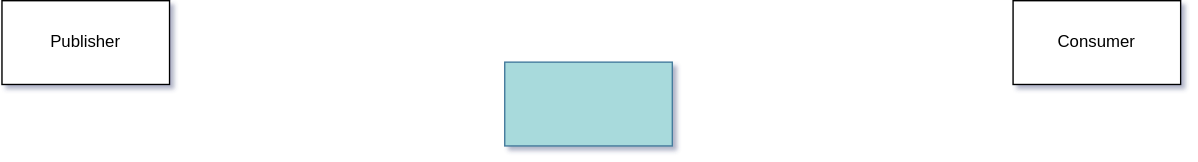
Earlier version of the draw.io export MircoServices/RabbitMQ结构.drawio.svg (joijoop/draw.io). Source tidied: cells renumbered, new cells last; positions are measured from the earlier drawing's top-left corner, leaving out a move shared by most shapes. Its diagram source:
```xml
<mxGraphModel shadow="1">
  <root>
    <mxCell id="0" />
    <mxCell id="1" parent="0" />
    <mxCell id="2" value="Publisher" style="rounded=0;whiteSpace=wrap;html=1;" parent="1" vertex="1">
      <mxGeometry width="120" height="60" as="geometry" />
    </mxCell>
    <mxCell id="3" value="Consumer" style="rounded=0;whiteSpace=wrap;html=1;" parent="1" vertex="1">
      <mxGeometry x="724" width="120" height="60" as="geometry" />
    </mxCell>
    <mxCell id="4" style="rounded=0;whiteSpace=wrap;html=1;strokeColor=#457B9D;fontColor=#1D3557;fillColor=#A8DADC;direction=west;" parent="1" vertex="1">
      <mxGeometry x="360" y="44" width="120" height="60" as="geometry" />
    </mxCell>
  </root>
</mxGraphModel>
```
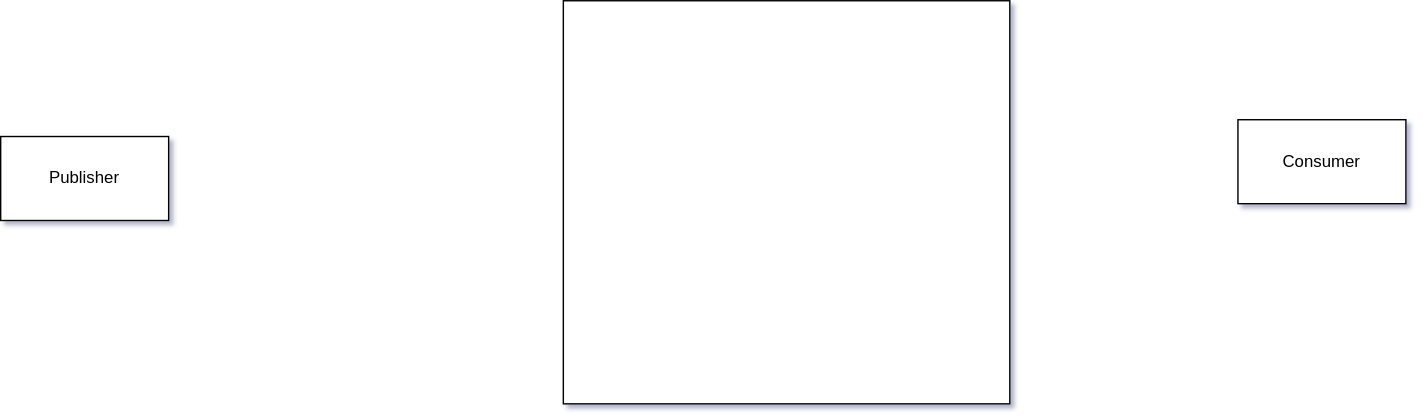
After the commit.

What changed in the source:
```diff
@@ -2,14 +2,14 @@
   <root>
     <mxCell id="0" />
     <mxCell id="1" parent="0" />
-    <mxCell id="2" value="Publisher" style="rounded=0;whiteSpace=wrap;html=1;" parent="1" vertex="1">
-      <mxGeometry width="120" height="60" as="geometry" />
+    <mxCell id="2" value="Publisher" style="rounded=0;whiteSpace=wrap;html=1;labelBackgroundColor=none;" parent="1" vertex="1">
+      <mxGeometry x="-160" y="12" width="120" height="60" as="geometry" />
     </mxCell>
-    <mxCell id="3" value="Consumer" style="rounded=0;whiteSpace=wrap;html=1;" parent="1" vertex="1">
+    <mxCell id="3" value="Consumer" style="rounded=0;whiteSpace=wrap;html=1;labelBackgroundColor=none;" parent="1" vertex="1">
       <mxGeometry x="724" width="120" height="60" as="geometry" />
     </mxCell>
-    <mxCell id="4" style="rounded=0;whiteSpace=wrap;html=1;strokeColor=#457B9D;fontColor=#1D3557;fillColor=#A8DADC;direction=west;" parent="1" vertex="1">
-      <mxGeometry x="360" y="44" width="120" height="60" as="geometry" />
+    <mxCell id="4" style="rounded=0;whiteSpace=wrap;html=1;direction=west;labelBackgroundColor=none;" parent="1" vertex="1">
+      <mxGeometry x="242" y="-85" width="319" height="288" as="geometry" />
     </mxCell>
   </root>
 </mxGraphModel>
```
